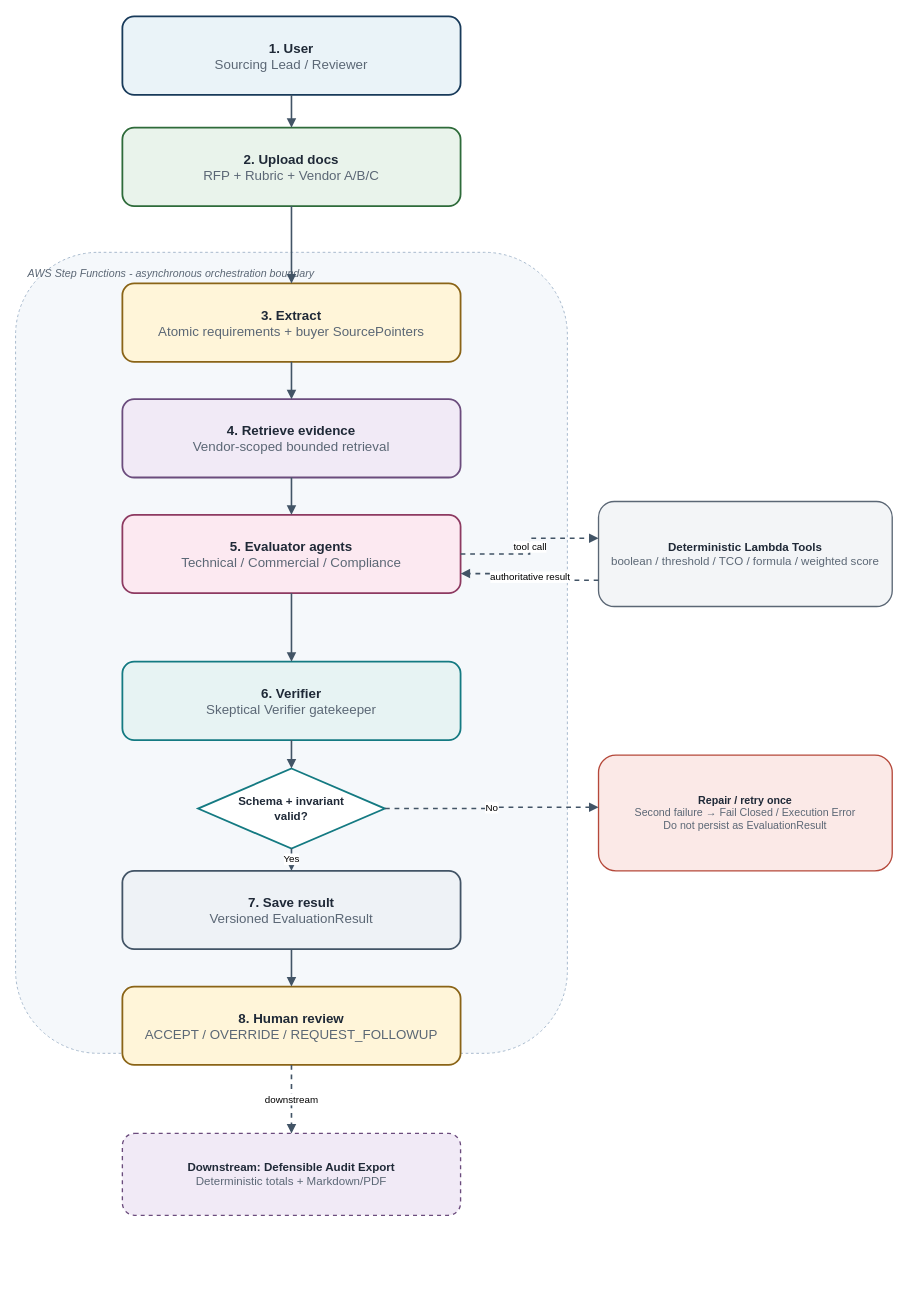
Earlier version of the draw.io diagram Document/Phase_1/Diagram/Main_Evaluation_Sequence/VeriBid_Main_Evaluation_Sequence_v0.1.drawio (minhnhut273/veribid). Source tidied: cells renumbered, new cells numbered last; positions are measured from the earlier drawing's top-left corner, leaving out a move shared by most shapes. Both pictures are drawn from the tidied source at 89%, with x=0, y=0 at pixel (15, 16).
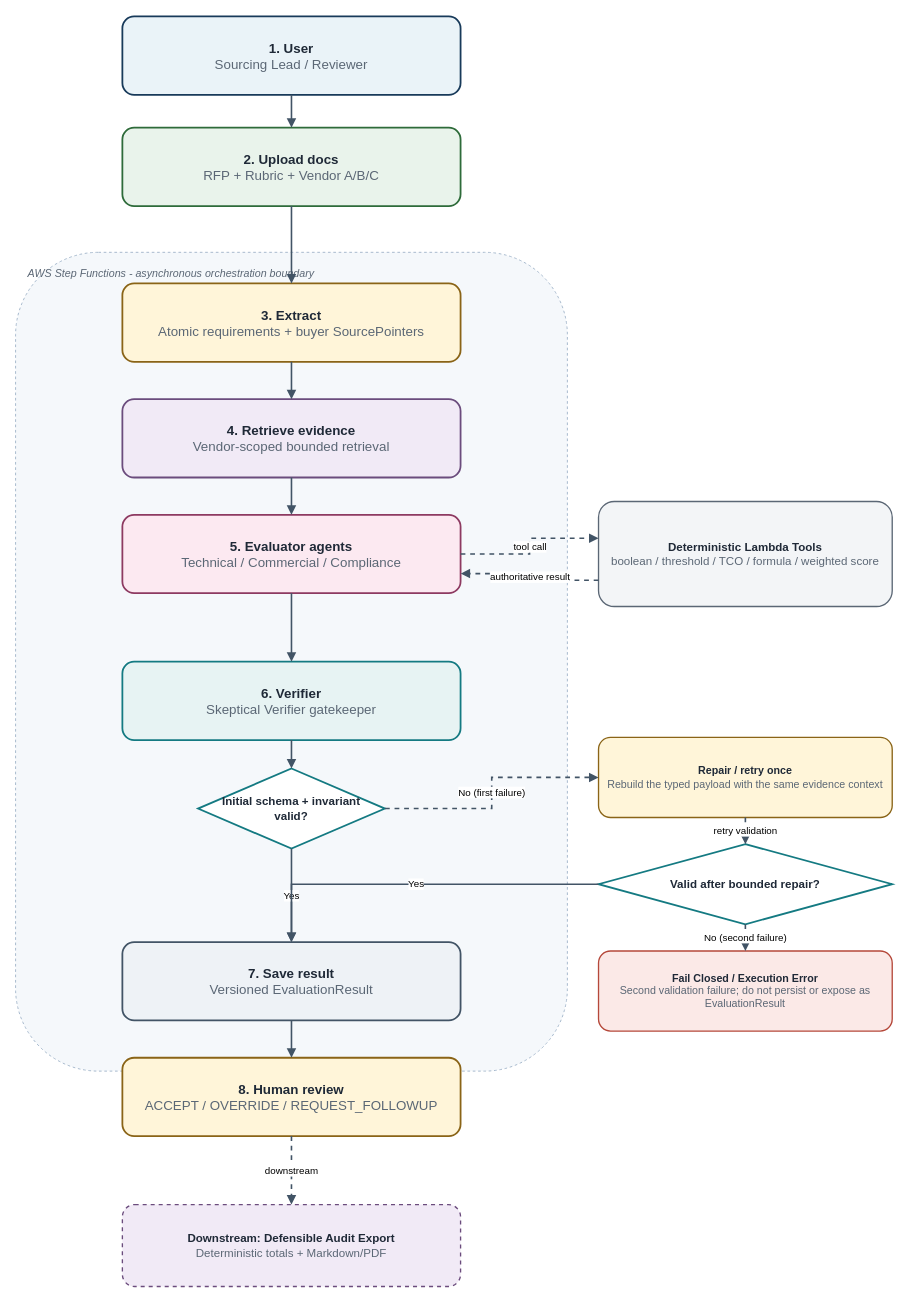
The same page after the edit.

The edit, as a diff of the source:
```diff
@@
     <mxCell id="2" value="AWS Step Functions - asynchronous orchestration boundary" style="rounded=1;whiteSpace=wrap;html=1;fillColor=#F5F8FB;strokeColor=#9FB3C8;dashed=1;fontColor=#5B6775;fontStyle=2;align=left;verticalAlign=top;spacingTop=10;spacingLeft=12;" parent="1" vertex="1">
-      <mxGeometry y="265" width="620" height="900" as="geometry" />
+      <mxGeometry y="265" width="620" height="920" as="geometry" />
     </mxCell>
@@
     <mxCell id="9" value="&lt;b&gt;7. Save result&lt;/b&gt;&lt;br&gt;&lt;font color=&quot;#5B6775&quot;&gt;Versioned EvaluationResult&lt;/font&gt;" style="rounded=1;whiteSpace=wrap;html=1;fillColor=#EEF2F6;strokeColor=#425466;strokeWidth=2;fontColor=#1F2937;fontSize=15;align=center;verticalAlign=middle;spacing=8;" parent="1" vertex="1">
-      <mxGeometry x="120" y="960" width="380" height="88" as="geometry" />
+      <mxGeometry x="120" y="1040" width="380" height="88" as="geometry" />
     </mxCell>
     <mxCell id="10" value="&lt;b&gt;8. Human review&lt;/b&gt;&lt;br&gt;&lt;font color=&quot;#5B6775&quot;&gt;ACCEPT / OVERRIDE / REQUEST_FOLLOWUP&lt;/font&gt;" style="rounded=1;whiteSpace=wrap;html=1;fillColor=#FFF5D9;strokeColor=#8A6417;strokeWidth=2;fontColor=#1F2937;fontSize=15;align=center;verticalAlign=middle;spacing=8;" parent="1" vertex="1">
-      <mxGeometry x="120" y="1090" width="380" height="88" as="geometry" />
+      <mxGeometry x="120" y="1170" width="380" height="88" as="geometry" />
     </mxCell>
-    <mxCell id="11" value="&lt;b&gt;Schema + invariant&lt;br&gt;valid?&lt;/b&gt;" style="rhombus;whiteSpace=wrap;html=1;fillColor=#FFFFFF;strokeColor=#147A82;strokeWidth=2;fontColor=#1F2937;fontSize=13;align=center;" parent="1" vertex="1">
+    <mxCell id="11" value="&lt;b&gt;Initial schema + invariant&lt;br&gt;valid?&lt;/b&gt;" style="rhombus;whiteSpace=wrap;html=1;fillColor=#FFFFFF;strokeColor=#147A82;strokeWidth=2;fontColor=#1F2937;fontSize=13;align=center;" parent="1" vertex="1">
       <mxGeometry x="205" y="845" width="210" height="90" as="geometry" />
     </mxCell>
@@
+    <mxCell id="27" value="&lt;b&gt;Repair / retry once&lt;/b&gt;&lt;br&gt;&lt;font color=&quot;#5B6775&quot;&gt;Rebuild the typed payload with the same evidence context&lt;/font&gt;" style="rounded=1;whiteSpace=wrap;html=1;fillColor=#FFF5D9;strokeColor=#8A6417;strokeWidth=1.5;fontColor=#1F2937;fontSize=12;align=center;" parent="1" vertex="1">
+      <mxGeometry x="655" y="810" width="330" height="90" as="geometry" />
+    </mxCell>
+    <mxCell id="28" value="&lt;b&gt;Valid after bounded repair?&lt;/b&gt;" style="rhombus;whiteSpace=wrap;html=1;fillColor=#FFFFFF;strokeColor=#147A82;strokeWidth=2;fontColor=#1F2937;fontSize=13;align=center;" parent="1" vertex="1">
+      <mxGeometry x="655" y="930" width="330" height="90" as="geometry" />
+    </mxCell>
-    <mxCell id="13" value="&lt;b&gt;Repair / retry once&lt;/b&gt;&lt;br&gt;&lt;font color=&quot;#5B6775&quot;&gt;Second failure → Fail Closed / Execution Error&lt;br&gt;Do not persist as EvaluationResult&lt;/font&gt;" style="rounded=1;whiteSpace=wrap;html=1;fillColor=#FBE9E7;strokeColor=#B5483A;strokeWidth=1.5;fontColor=#1F2937;fontSize=12;align=center;" parent="1" vertex="1">
-      <mxGeometry x="655" y="830" width="330" height="130" as="geometry" />
+    <mxCell id="13" value="&lt;b&gt;Fail Closed / Execution Error&lt;/b&gt;&lt;br&gt;&lt;font color=&quot;#5B6775&quot;&gt;Second validation failure; do not persist or expose as EvaluationResult&lt;/font&gt;" style="rounded=1;whiteSpace=wrap;html=1;fillColor=#FBE9E7;strokeColor=#B5483A;strokeWidth=1.5;fontColor=#1F2937;fontSize=12;align=center;" parent="1" vertex="1">
+      <mxGeometry x="655" y="1050" width="330" height="90" as="geometry" />
     </mxCell>
     <mxCell id="14" value="&lt;b&gt;Downstream: Defensible Audit Export&lt;/b&gt;&lt;br&gt;&lt;font color=&quot;#5B6775&quot;&gt;Deterministic totals + Markdown/PDF&lt;/font&gt;" style="rounded=1;whiteSpace=wrap;html=1;fillColor=#F1EAF6;strokeColor=#6B4C7D;strokeWidth=1.5;dashed=1;fontColor=#1F2937;fontSize=13;align=center;" parent="1" vertex="1">
-      <mxGeometry x="120" y="1255" width="380" height="92" as="geometry" />
+      <mxGeometry x="120" y="1335" width="380" height="92" as="geometry" />
     </mxCell>
@@
-    <mxCell id="26" value="No" style="edgeStyle=orthogonalEdgeStyle;rounded=0;jettySize=auto;html=1;endArrow=block;endFill=1;strokeWidth=1.8;strokeColor=#425466;dashed=1;exitX=1;exitY=0.5;exitDx=0;exitDy=0;entryX=0;entryY=0.45;entryDx=0;entryDy=0;" parent="1" edge="1" source="11" target="13">
+    <mxCell id="26" value="No (first failure)" style="edgeStyle=orthogonalEdgeStyle;rounded=0;jettySize=auto;html=1;endArrow=block;endFill=1;strokeWidth=1.8;strokeColor=#425466;dashed=1;exitX=1;exitY=0.5;exitDx=0;exitDy=0;entryX=0;entryY=0.5;entryDx=0;entryDy=0;labelBackgroundColor=#FFFFFF;" parent="1" edge="1" source="11" target="27">
       <mxGeometry relative="1" as="geometry" />
     </mxCell>
+    <mxCell id="29" value="retry validation" style="edgeStyle=orthogonalEdgeStyle;rounded=0;jettySize=auto;html=1;endArrow=block;endFill=1;strokeWidth=1.8;strokeColor=#425466;dashed=1;labelBackgroundColor=#FFFFFF;" parent="1" edge="1" source="27" target="28">
+      <mxGeometry relative="1" as="geometry" />
+    </mxCell>
+    <mxCell id="30" value="Yes" style="edgeStyle=orthogonalEdgeStyle;rounded=0;jettySize=auto;html=1;endArrow=block;endFill=1;strokeWidth=1.8;strokeColor=#425466;labelBackgroundColor=#FFFFFF;" parent="1" edge="1" source="28" target="9">
+      <mxGeometry relative="1" as="geometry" />
+    </mxCell>
+    <mxCell id="31" value="No (second failure)" style="edgeStyle=orthogonalEdgeStyle;rounded=0;jettySize=auto;html=1;endArrow=block;endFill=1;strokeWidth=1.8;strokeColor=#425466;dashed=1;exitX=0.5;exitY=1;exitDx=0;exitDy=0;entryX=0.5;entryY=0;entryDx=0;entryDy=0;labelBackgroundColor=#FFFFFF;" parent="1" edge="1" source="28" target="13">
+      <mxGeometry relative="1" as="geometry" />
+    </mxCell>
```
